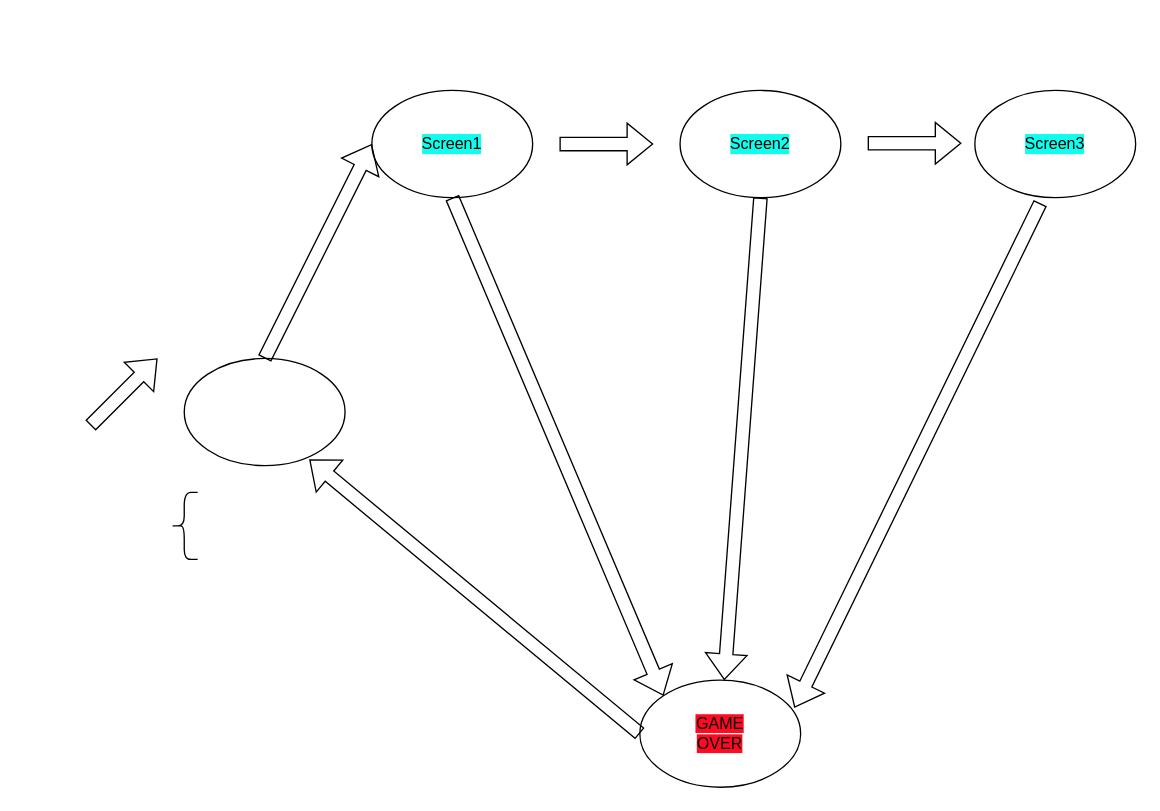
Above: AUTO.drawio in i7089/EC (draw.io), before the change. Source tidied: cells renumbered, new cells numbered last; positions are measured from the earlier drawing's top-left corner, leaving out a move shared by most shapes. Both pictures are drawn from the tidied source at 134%, with x=0, y=0 at pixel (90, 90).
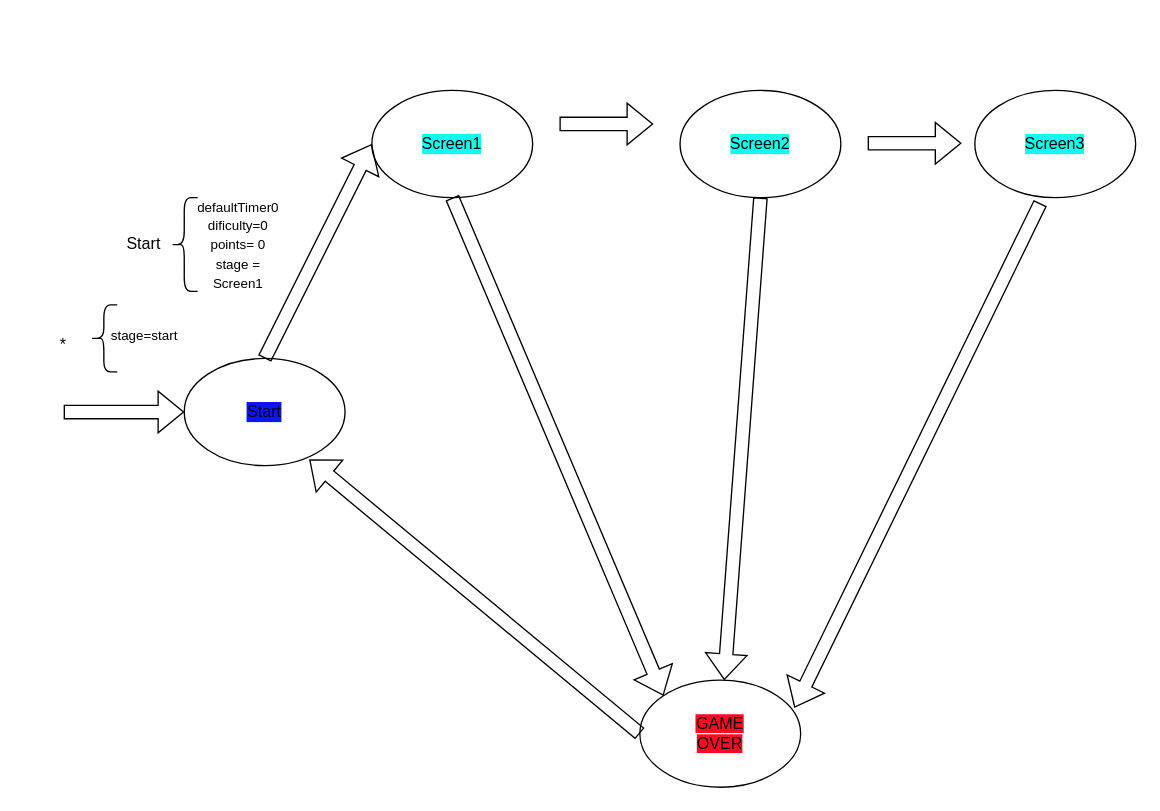
The same page after the edit.

Unchanged cells that the change refers to:
```xml
<mxCell id="15" style="ellipse;whiteSpace=wrap;html=1;" parent="1" vertex="1">
  <mxGeometry x="70" y="200" width="120" height="80" as="geometry" />
</mxCell>
```

The edit, as a diff of the source:
```diff
@@
     <mxCell id="6" style="shape=flexArrow;endArrow=classic;html=1;rounded=0;" parent="1" edge="1">
       <mxGeometry relative="1" as="geometry">
-        <mxPoint x="350" y="40" as="sourcePoint" />
-        <mxPoint x="420" y="40" as="targetPoint" />
+        <mxPoint x="350" y="25" as="sourcePoint" />
+        <mxPoint x="420" y="25" as="targetPoint" />
       </mxGeometry>
     </mxCell>
@@
     <mxCell id="18" style="shape=curlyBracket;whiteSpace=wrap;html=1;rounded=1;labelPosition=left;verticalLabelPosition=middle;align=right;verticalAlign=middle;" parent="1" vertex="1">
-      <mxGeometry x="60" y="300" width="20" height="50" as="geometry" />
+      <mxGeometry y="160" width="20" height="50" as="geometry" />
     </mxCell>
-    <mxCell id="19" style="shape=flexArrow;endArrow=classic;html=1;rounded=0;" parent="1" edge="1">
+    <mxCell id="19" style="shape=flexArrow;endArrow=classic;html=1;rounded=0;entryX=0;entryY=0.5;entryDx=0;entryDy=0;" parent="1" edge="1" target="15">
       <mxGeometry relative="1" as="geometry">
-        <mxPoint y="250" as="sourcePoint" />
-        <mxPoint x="50" y="200" as="targetPoint" />
+        <mxPoint x="-20" y="240" as="sourcePoint" />
       </mxGeometry>
     </mxCell>
+    <mxCell id="20" value="*" style="text;html=1;align=center;verticalAlign=middle;whiteSpace=wrap;rounded=0;" parent="1" vertex="1">
+      <mxGeometry x="-50" y="170" width="60" height="40" as="geometry" />
+    </mxCell>
+    <mxCell id="21" style="shape=curlyBracket;whiteSpace=wrap;html=1;rounded=1;labelPosition=left;verticalLabelPosition=middle;align=right;verticalAlign=middle;" parent="1" vertex="1">
+      <mxGeometry x="60" y="80" width="20" height="70" as="geometry" />
+    </mxCell>
+    <mxCell id="22" value="Start" style="text;html=1;align=center;verticalAlign=middle;whiteSpace=wrap;rounded=0;rotation=0;" parent="1" vertex="1">
+      <mxGeometry x="10" y="100" width="60" height="30" as="geometry" />
+    </mxCell>
+    <mxCell id="23" value="&amp;nbsp;" style="text;whiteSpace=wrap;html=1;" parent="1" vertex="1">
+      <mxGeometry x="80" y="-50" width="40" height="40" as="geometry" />
+    </mxCell>
+    <mxCell id="24" value="&lt;div&gt;&lt;font size=&quot;1&quot;&gt;defaultTimer0&lt;/font&gt;&lt;/div&gt;&lt;div&gt;&lt;font size=&quot;1&quot;&gt;dificulty=0&lt;/font&gt;&lt;/div&gt;&lt;div&gt;&lt;font size=&quot;1&quot;&gt;points= 0&lt;/font&gt;&lt;/div&gt;&lt;div&gt;&lt;font size=&quot;1&quot;&gt;stage = Screen1&lt;/font&gt;&lt;/div&gt;" style="text;html=1;align=center;verticalAlign=middle;whiteSpace=wrap;rounded=0;" parent="1" vertex="1">
+      <mxGeometry x="72.5" y="90" width="75" height="50" as="geometry" />
+    </mxCell>
+    <mxCell id="25" value="&lt;font size=&quot;1&quot;&gt;stage=start&lt;/font&gt;" style="text;html=1;align=center;verticalAlign=middle;strokeColor=none;fillColor=none;" parent="1" vertex="1">
+      <mxGeometry x="5" y="168" width="70" height="30" as="geometry" />
+    </mxCell>
+    <mxCell id="26" value="Start" style="text;html=1;align=center;verticalAlign=middle;whiteSpace=wrap;rounded=0;labelBackgroundColor=#0C14FF;" parent="1" vertex="1">
+      <mxGeometry x="100" y="225" width="60" height="30" as="geometry" />
+    </mxCell>
```
